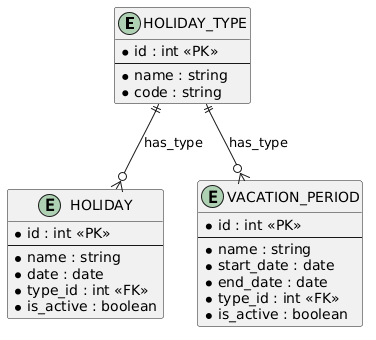
This is S21/erd.png from YuriSilenok/KPK_UP2_24-1P11, a PlantUML export, as it was before one commit.
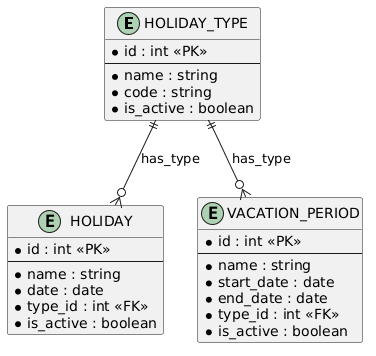
The same file after the commit.

Change to the diagram source:
```diff
@@ -4,6 +4,7 @@
     --
     * name : string
     * code : string
+    * is_active : boolean
 }
 
 entity "HOLIDAY" as H {
```
